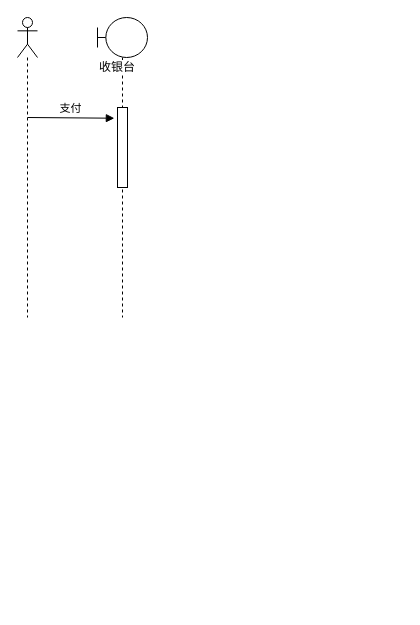
This is page "支付流程" (5 of 5) of 支付中心.drawio from NonePro/UML, a draw.io file, before an edit. Source tidied: cells renumbered, new cells numbered last; positions are measured from the earlier drawing's top-left corner, leaving out a move shared by most shapes. Both pictures are drawn from the tidied source at 100%, with x=0, y=0 at pixel (17, 17).
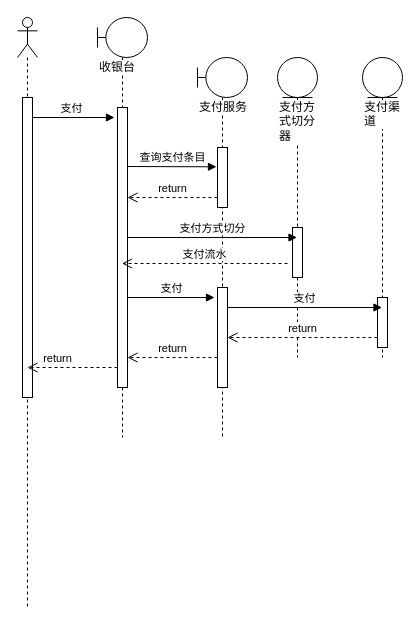
The same page after the edit.

Commit message:
增加创建支付条目列表

What changed in the source:
```diff
@@
     <mxCell id="2" style="shape=umlLifeline;participant=umlActor;perimeter=lifelinePerimeter;whiteSpace=wrap;html=1;verticalAlign=top;spacingTop=36;labelBackgroundColor=#ffffff;align=left;" parent="1" vertex="1">
-      <mxGeometry width="20" height="300" as="geometry" />
+      <mxGeometry width="20" height="590" as="geometry" />
     </mxCell>
-    <mxCell id="3" value="支付" style="html=1;verticalAlign=bottom;endArrow=block;entryX=-0.314;entryY=0.134;entryDx=0;entryDy=0;entryPerimeter=0;" parent="2" edge="1" target="5">
+    <mxCell id="3" value="支付" style="html=1;verticalAlign=bottom;endArrow=block;" parent="2" edge="1">
       <mxGeometry relative="1" as="geometry">
         <mxPoint x="10" y="100" as="sourcePoint" />
+        <mxPoint x="97" y="100" as="targetPoint" />
       </mxGeometry>
     </mxCell>
+    <mxCell id="6" style="html=1;perimeter=orthogonalPerimeter;align=left;" parent="2" vertex="1">
+      <mxGeometry x="5" y="80" width="10" height="300" as="geometry" />
+    </mxCell>
     <mxCell id="4" value="&lt;div style=&quot;text-align: center&quot;&gt;收银台&lt;/div&gt;" style="shape=umlLifeline;participant=umlBoundary;perimeter=lifelinePerimeter;whiteSpace=wrap;html=1;verticalAlign=top;spacingTop=36;labelBackgroundColor=#ffffff;align=left;" parent="1" vertex="1">
-      <mxGeometry x="80" width="50" height="300" as="geometry" />
+      <mxGeometry x="80" width="50" height="420" as="geometry" />
     </mxCell>
     <mxCell id="5" style="html=1;points=[];perimeter=orthogonalPerimeter;align=left;" parent="4" vertex="1">
-      <mxGeometry x="20" y="90" width="10" height="80" as="geometry" />
+      <mxGeometry x="20" y="90" width="10" height="280" as="geometry" />
     </mxCell>
+    <mxCell id="7" value="支付方式切分器" style="shape=umlLifeline;participant=umlEntity;perimeter=lifelinePerimeter;whiteSpace=wrap;html=1;verticalAlign=top;spacingTop=36;labelBackgroundColor=#ffffff;outlineConnect=0;align=left;" parent="1" vertex="1">
+      <mxGeometry x="260" y="40" width="40" height="300" as="geometry" />
+    </mxCell>
+    <mxCell id="8" style="html=1;perimeter=orthogonalPerimeter;align=left;" parent="7" vertex="1">
+      <mxGeometry x="15" y="170" width="10" height="50" as="geometry" />
+    </mxCell>
+    <mxCell id="9" value="查询支付条目" style="html=1;verticalAlign=bottom;endArrow=block;entryX=-0.1;entryY=0.322;entryDx=0;entryDy=0;entryPerimeter=0;" parent="1" edge="1" target="11">
+      <mxGeometry relative="1" as="geometry">
+        <mxPoint x="110" y="149" as="sourcePoint" />
+      </mxGeometry>
+    </mxCell>
+    <mxCell id="10" value="&lt;div style=&quot;text-align: center&quot;&gt;支付服务&lt;/div&gt;" style="shape=umlLifeline;participant=umlBoundary;perimeter=lifelinePerimeter;whiteSpace=wrap;html=1;verticalAlign=top;spacingTop=36;labelBackgroundColor=#ffffff;align=left;" parent="1" vertex="1">
+      <mxGeometry x="180" y="40" width="50" height="380" as="geometry" />
+    </mxCell>
+    <mxCell id="11" style="html=1;points=[];perimeter=orthogonalPerimeter;align=left;" parent="10" vertex="1">
+      <mxGeometry x="20" y="90" width="10" height="60" as="geometry" />
+    </mxCell>
+    <mxCell id="12" style="html=1;perimeter=orthogonalPerimeter;align=left;" parent="10" vertex="1">
+      <mxGeometry x="20" y="230" width="10" height="100" as="geometry" />
+    </mxCell>
+    <mxCell id="13" value="return" style="html=1;verticalAlign=bottom;endArrow=open;dashed=1;endSize=8;" parent="1" edge="1">
+      <mxGeometry relative="1" as="geometry">
+        <mxPoint x="200" y="180" as="sourcePoint" />
+        <mxPoint x="110" y="180" as="targetPoint" />
+      </mxGeometry>
+    </mxCell>
+    <mxCell id="14" value="支付方式切分" style="html=1;verticalAlign=bottom;endArrow=block;" parent="1" edge="1" target="7">
+      <mxGeometry relative="1" as="geometry">
+        <mxPoint x="110" y="220" as="sourcePoint" />
+      </mxGeometry>
+    </mxCell>
+    <mxCell id="15" value="支付流水" style="html=1;verticalAlign=bottom;endArrow=open;dashed=1;endSize=8;" parent="1" edge="1">
+      <mxGeometry relative="1" as="geometry">
+        <mxPoint x="270" y="246" as="sourcePoint" />
+        <mxPoint x="104.5" y="246" as="targetPoint" />
+      </mxGeometry>
+    </mxCell>
+    <mxCell id="16" value="支付" style="html=1;verticalAlign=bottom;endArrow=block;" parent="1" edge="1">
+      <mxGeometry relative="1" as="geometry">
+        <mxPoint x="110" y="280" as="sourcePoint" />
+        <mxPoint x="197" y="280" as="targetPoint" />
+      </mxGeometry>
+    </mxCell>
+    <mxCell id="17" value="支付渠道" style="shape=umlLifeline;participant=umlEntity;perimeter=lifelinePerimeter;whiteSpace=wrap;html=1;verticalAlign=top;spacingTop=36;labelBackgroundColor=#ffffff;outlineConnect=0;align=left;" parent="1" vertex="1">
+      <mxGeometry x="345" y="40" width="40" height="300" as="geometry" />
+    </mxCell>
+    <mxCell id="18" style="html=1;perimeter=orthogonalPerimeter;align=left;" parent="17" vertex="1">
+      <mxGeometry x="15" y="240" width="10" height="50" as="geometry" />
+    </mxCell>
+    <mxCell id="19" value="支付" style="html=1;verticalAlign=bottom;endArrow=block;" parent="1" edge="1" target="17">
+      <mxGeometry relative="1" as="geometry">
+        <mxPoint x="210" y="290" as="sourcePoint" />
+      </mxGeometry>
+    </mxCell>
+    <mxCell id="20" value="return" style="html=1;verticalAlign=bottom;endArrow=open;dashed=1;endSize=8;" parent="1" edge="1">
+      <mxGeometry relative="1" as="geometry">
+        <mxPoint x="360" y="320" as="sourcePoint" />
+        <mxPoint x="210" y="320" as="targetPoint" />
+      </mxGeometry>
+    </mxCell>
+    <mxCell id="21" value="return" style="html=1;verticalAlign=bottom;endArrow=open;dashed=1;endSize=8;" parent="1" edge="1">
+      <mxGeometry relative="1" as="geometry">
+        <mxPoint x="200" y="340" as="sourcePoint" />
+        <mxPoint x="110" y="340" as="targetPoint" />
+      </mxGeometry>
+    </mxCell>
+    <mxCell id="22" value="return" style="html=1;verticalAlign=bottom;endArrow=open;dashed=1;endSize=8;" parent="1" edge="1">
+      <mxGeometry x="0.33" relative="1" as="geometry">
+        <mxPoint x="100" y="350" as="sourcePoint" />
+        <mxPoint x="10" y="350" as="targetPoint" />
+      </mxGeometry>
+    </mxCell>
```
